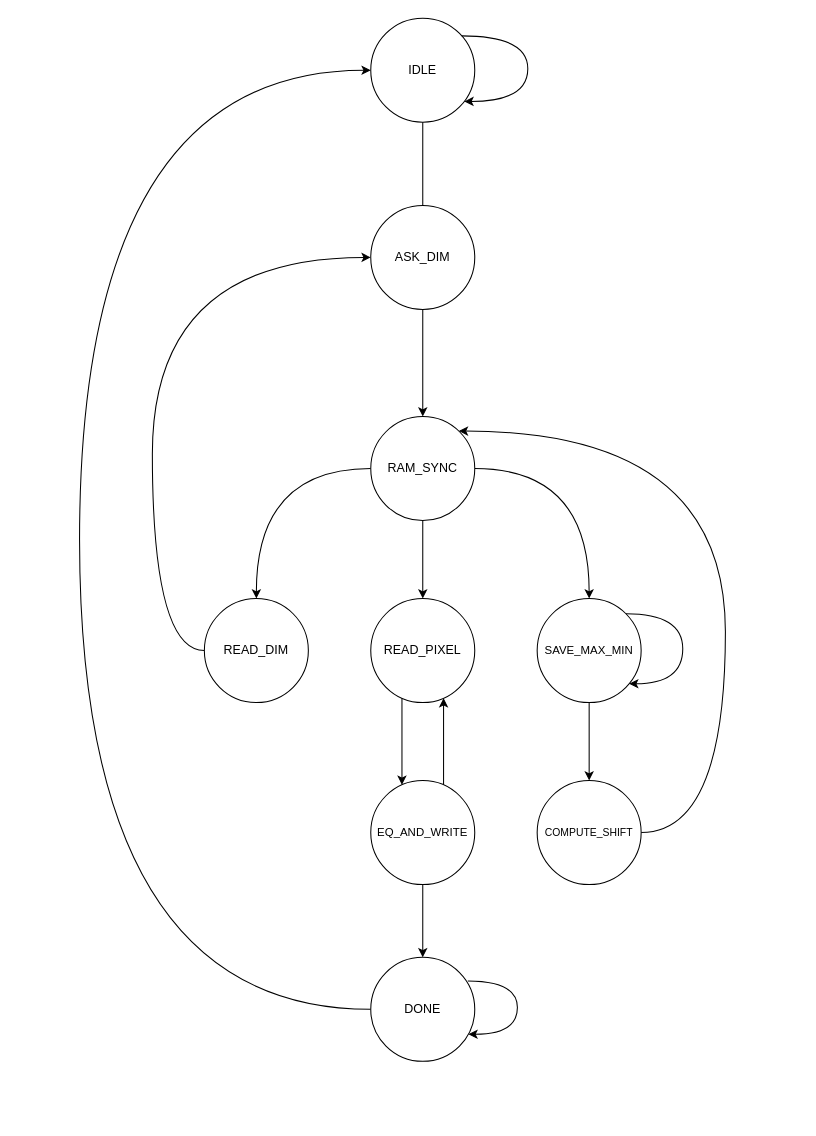
This is documentation/FSM Diagram.drawio from AlbertoPirillo/logic-networks-project-2020, a draw.io file, before an edit. Source tidied: cells renumbered, new cells numbered last; positions are measured from the earlier drawing's top-left corner, leaving out a move shared by most shapes. Both pictures are drawn from the tidied source at 104%, with x=0, y=0 at pixel (79, 18).
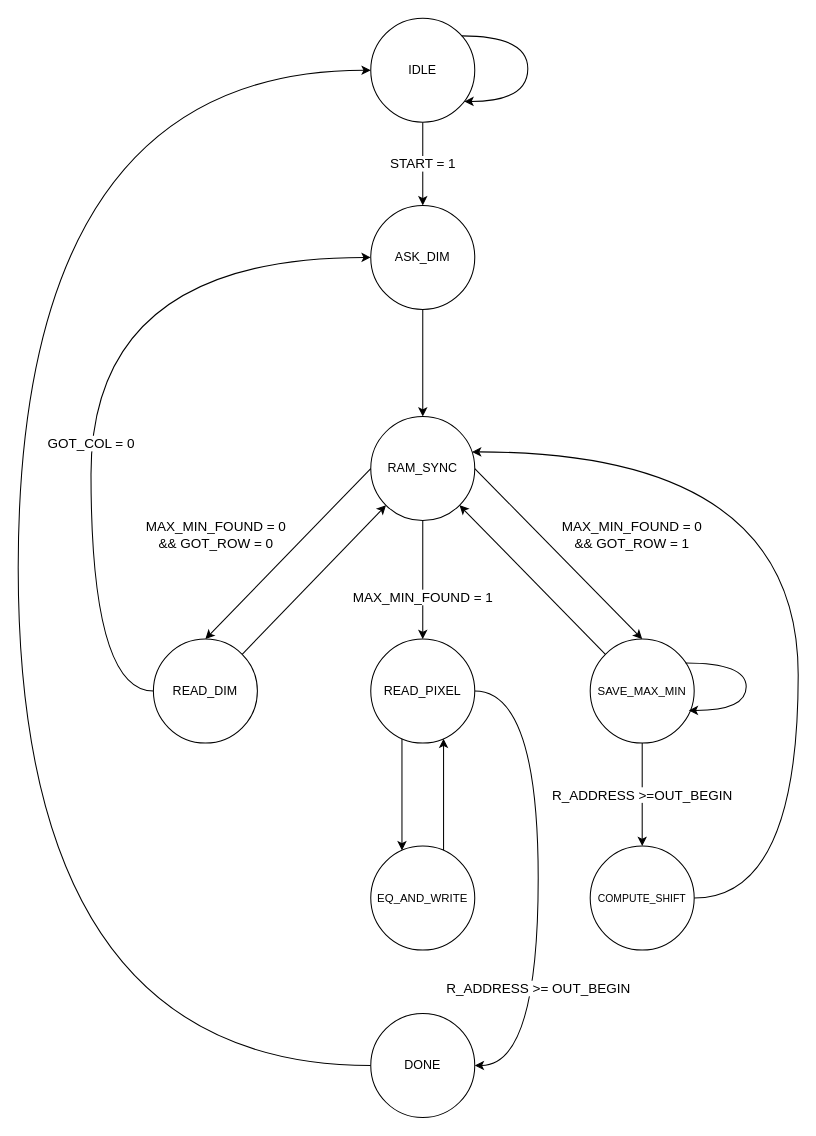
Above is the later version.

Commit message (it also covers changes not shown here):
Refactoring of source code and FSM diagram

The change refers to these unchanged cells:
```xml
<mxCell id="3" value="IDLE&lt;br&gt;" style="ellipse;whiteSpace=wrap;html=1;fixDash=0;shadow=0;" parent="1" vertex="1">
  <mxGeometry x="280" width="100" height="100" as="geometry" />
</mxCell>
<mxCell id="7" value="&lt;font style=&quot;font-size: 12px&quot;&gt;RAM_SYNC&lt;/font&gt;" style="ellipse;whiteSpace=wrap;html=1;fixDash=0;" parent="1" vertex="1">
  <mxGeometry x="280" y="383" width="100" height="100" as="geometry" />
</mxCell>
<mxCell id="21" value="&lt;font style=&quot;font-size: 12px&quot;&gt;ASK_DIM&lt;/font&gt;" style="ellipse;whiteSpace=wrap;html=1;fixDash=0;" parent="1" vertex="1">
  <mxGeometry x="280" y="180" width="100" height="100" as="geometry" />
</mxCell>
```

What changed in the source:
```diff
@@
+    <mxCell id="22" value="&lt;font style=&quot;font-size: 13px&quot;&gt;START = 1&lt;/font&gt;" style="edgeStyle=orthogonalEdgeStyle;rounded=0;jettySize=auto;html=1;entryX=0.5;entryY=0;entryDx=0;entryDy=0;" parent="1" edge="1" source="3" target="21">
+      <mxGeometry relative="1" as="geometry" />
+    </mxCell>
@@
-    <mxCell id="4" style="edgeStyle=orthogonalEdgeStyle;curved=1;rounded=0;jettySize=auto;html=1;" parent="1" edge="1" source="7" target="9">
-      <mxGeometry relative="1" as="geometry" />
-    </mxCell>
+    <mxCell id="6" value="&lt;font style=&quot;font-size: 13px&quot;&gt;MAX_MIN_FOUND = 1&lt;/font&gt;" style="edgeStyle=orthogonalEdgeStyle;curved=1;rounded=0;jettySize=auto;html=1;" parent="1" edge="1" source="7" target="17">
+      <mxGeometry x="0.3" relative="1" as="geometry" />
+    </mxCell>
-    <mxCell id="5" style="edgeStyle=orthogonalEdgeStyle;curved=1;rounded=0;jettySize=auto;html=1;" parent="1" edge="1" source="7" target="13">
-      <mxGeometry relative="1" as="geometry" />
+    <mxCell id="5" value="&lt;span style=&quot;font-size: 13px&quot;&gt;MAX_MIN_FOUND = 0&lt;br&gt;&lt;/span&gt;&lt;span style=&quot;font-size: 13px&quot;&gt;&amp;amp;&amp;amp; GOT_ROW = 1&lt;/span&gt;" style="edgeStyle=none;rounded=0;jettySize=auto;html=1;exitX=1;exitY=0.5;exitDx=0;exitDy=0;entryX=0.5;entryY=0;entryDx=0;entryDy=0;" parent="1" edge="1" source="7" target="13">
+      <mxGeometry x="0.32" y="63" relative="1" as="geometry" />
     </mxCell>
-    <mxCell id="6" style="edgeStyle=orthogonalEdgeStyle;curved=1;rounded=0;jettySize=auto;html=1;" parent="1" edge="1" source="7" target="17">
-      <mxGeometry relative="1" as="geometry" />
-    </mxCell>
+    <mxCell id="26" style="edgeLabel;html=1;align=center;verticalAlign=middle;" parent="5" vertex="1">
+      <mxGeometry x="0.06" y="4" relative="1" as="geometry" />
+    </mxCell>
@@
-    <mxCell id="8" style="edgeStyle=orthogonalEdgeStyle;curved=1;rounded=0;jettySize=auto;html=1;entryX=0;entryY=0.5;entryDx=0;entryDy=0;" parent="1" edge="1" source="9" target="21">
-      <mxGeometry relative="1" as="geometry">
+    <mxCell id="8" value="&lt;font style=&quot;font-size: 13px&quot;&gt;GOT_COL = 0&lt;/font&gt;" style="edgeStyle=orthogonalEdgeStyle;curved=1;rounded=0;jettySize=auto;html=1;entryX=0;entryY=0.5;entryDx=0;entryDy=0;exitX=0;exitY=0.5;exitDx=0;exitDy=0;" parent="1" edge="1" source="9" target="21">
+      <mxGeometry x="-0.2" relative="1" as="geometry">
         <Array as="points">
-          <mxPoint x="70" y="608" />
-          <mxPoint x="70" y="230" />
+          <mxPoint x="11" y="647" />
+          <mxPoint x="11" y="230" />
         </Array>
       </mxGeometry>
     </mxCell>
+    <mxCell id="27" style="rounded=0;jettySize=auto;html=1;exitX=1;exitY=0;exitDx=0;exitDy=0;entryX=0;entryY=1;entryDx=0;entryDy=0;" parent="1" edge="1" source="9" target="7">
+      <mxGeometry relative="1" as="geometry" />
+    </mxCell>
     <mxCell id="9" value="&lt;span&gt;READ_DIM&lt;/span&gt;" style="ellipse;whiteSpace=wrap;html=1;fixDash=0;" parent="1" vertex="1">
-      <mxGeometry x="120" y="558" width="100" height="100" as="geometry" />
+      <mxGeometry x="71" y="597" width="100" height="100" as="geometry" />
     </mxCell>
     <mxCell id="10" style="edgeStyle=orthogonalEdgeStyle;curved=1;rounded=0;jettySize=auto;html=1;entryX=0;entryY=0.5;entryDx=0;entryDy=0;" parent="1" edge="1" source="11" target="3">
       <mxGeometry relative="1" as="geometry">
         <Array as="points">
-          <mxPoint y="953" />
-          <mxPoint y="50" />
+          <mxPoint x="-59" y="1007" />
+          <mxPoint x="-59" y="50" />
         </Array>
       </mxGeometry>
     </mxCell>
     <mxCell id="11" value="DONE" style="ellipse;whiteSpace=wrap;html=1;fixDash=0;" parent="1" vertex="1">
-      <mxGeometry x="280" y="903" width="100" height="100" as="geometry" />
+      <mxGeometry x="280" y="957" width="100" height="100" as="geometry" />
     </mxCell>
-    <mxCell id="12" style="edgeStyle=orthogonalEdgeStyle;curved=1;rounded=0;jettySize=auto;html=1;" parent="1" edge="1" source="13" target="15">
+    <mxCell id="12" value="&lt;font style=&quot;font-size: 13px&quot;&gt;R_ADDRESS &amp;gt;=OUT_BEGIN&lt;/font&gt;" style="edgeStyle=orthogonalEdgeStyle;curved=1;rounded=0;jettySize=auto;html=1;" parent="1" edge="1" source="13" target="15">
       <mxGeometry relative="1" as="geometry" />
     </mxCell>
-    <mxCell id="13" value="&lt;font style=&quot;font-size: 11px&quot;&gt;SAVE_MAX_MIN&lt;/font&gt;" style="ellipse;whiteSpace=wrap;html=1;fixDash=0;" parent="1" vertex="1">
-      <mxGeometry x="440" y="558" width="100" height="100" as="geometry" />
-    </mxCell>
-    <mxCell id="14" style="edgeStyle=orthogonalEdgeStyle;curved=1;rounded=0;jettySize=auto;html=1;" parent="1" edge="1" source="15" target="7">
+    <mxCell id="14" style="edgeStyle=orthogonalEdgeStyle;curved=1;rounded=0;jettySize=auto;html=1;exitX=1;exitY=0.5;exitDx=0;exitDy=0;" parent="1" edge="1" source="15" target="7">
       <mxGeometry relative="1" as="geometry">
         <Array as="points">
-          <mxPoint x="621" y="783" />
-          <mxPoint x="621" y="397" />
+          <mxPoint x="691" y="846" />
+          <mxPoint x="691" y="417" />
         </Array>
       </mxGeometry>
     </mxCell>
     <mxCell id="15" value="&lt;font style=&quot;font-size: 10px&quot;&gt;COMPUTE_SHIFT&lt;/font&gt;" style="ellipse;whiteSpace=wrap;html=1;fixDash=0;" parent="1" vertex="1">
-      <mxGeometry x="440" y="733" width="100" height="100" as="geometry" />
+      <mxGeometry x="491" y="796" width="100" height="100" as="geometry" />
     </mxCell>
     <mxCell id="16" style="edgeStyle=orthogonalEdgeStyle;curved=1;rounded=0;jettySize=auto;html=1;" parent="1" edge="1" source="17" target="20">
       <mxGeometry relative="1" as="geometry">
         <Array as="points">
-          <mxPoint x="310" y="693" />
-          <mxPoint x="310" y="693" />
+          <mxPoint x="310" y="732" />
+          <mxPoint x="310" y="732" />
         </Array>
       </mxGeometry>
     </mxCell>
+    <mxCell id="28" value="&lt;font style=&quot;font-size: 13px&quot;&gt;R_ADDRESS &amp;gt;= OUT_BEGIN&lt;/font&gt;" style="edgeStyle=orthogonalEdgeStyle;curved=1;rounded=0;jettySize=auto;html=1;entryX=1;entryY=0.5;entryDx=0;entryDy=0;exitX=1;exitY=0.5;exitDx=0;exitDy=0;" parent="1" edge="1" source="17" target="11">
+      <mxGeometry x="0.44" relative="1" as="geometry">
+        <Array as="points">
+          <mxPoint x="441" y="647" />
+          <mxPoint x="441" y="1007" />
+        </Array>
+      </mxGeometry>
+    </mxCell>
     <mxCell id="17" value="&lt;font style=&quot;font-size: 12px&quot;&gt;READ_PIXEL&lt;/font&gt;" style="ellipse;whiteSpace=wrap;html=1;fixDash=0;" parent="1" vertex="1">
-      <mxGeometry x="280" y="558" width="100" height="100" as="geometry" />
+      <mxGeometry x="280" y="597" width="100" height="100" as="geometry" />
     </mxCell>
     <mxCell id="18" style="edgeStyle=orthogonalEdgeStyle;curved=1;rounded=0;jettySize=auto;html=1;" parent="1" edge="1" source="20" target="17">
       <mxGeometry relative="1" as="geometry">
         <Array as="points">
-          <mxPoint x="350" y="683" />
-          <mxPoint x="350" y="683" />
+          <mxPoint x="350" y="722" />
+          <mxPoint x="350" y="722" />
         </Array>
       </mxGeometry>
     </mxCell>
-    <mxCell id="19" style="edgeStyle=orthogonalEdgeStyle;curved=1;rounded=0;jettySize=auto;html=1;" parent="1" edge="1" source="20" target="11">
-      <mxGeometry relative="1" as="geometry" />
-    </mxCell>
     <mxCell id="20" value="&lt;font style=&quot;font-size: 11px&quot;&gt;EQ_AND_WRITE&lt;/font&gt;" style="ellipse;whiteSpace=wrap;html=1;fixDash=0;" parent="1" vertex="1">
-      <mxGeometry x="280" y="733" width="100" height="100" as="geometry" />
+      <mxGeometry x="280" y="796" width="100" height="100" as="geometry" />
     </mxCell>
@@
-    <mxCell id="22" style="edgeStyle=orthogonalEdgeStyle;rounded=0;jettySize=auto;html=1;endArrow=none;" parent="1" edge="1" source="3" target="21">
-      <mxGeometry relative="1" as="geometry" />
-    </mxCell>
     <mxCell id="23" style="edgeStyle=orthogonalEdgeStyle;curved=1;rounded=0;orthogonalLoop=1;jettySize=auto;html=1;" parent="1" edge="1" source="3" target="3">
-      <mxGeometry relative="1" as="geometry">
+      <mxGeometry x="0.67" y="-30" relative="1" as="geometry">
         <Array as="points">
           <mxPoint x="431" y="17" />
           <mxPoint x="431" y="80" />
         </Array>
       </mxGeometry>
     </mxCell>
+    <mxCell id="29" style="edgeStyle=none;rounded=0;jettySize=auto;html=1;exitX=0;exitY=0;exitDx=0;exitDy=0;entryX=1;entryY=1;entryDx=0;entryDy=0;" parent="1" edge="1" source="13" target="7">
+      <mxGeometry relative="1" as="geometry" />
+    </mxCell>
+    <mxCell id="13" value="&lt;font style=&quot;font-size: 11px&quot;&gt;SAVE_MAX_MIN&lt;/font&gt;" style="ellipse;whiteSpace=wrap;html=1;fixDash=0;" parent="1" vertex="1">
+      <mxGeometry x="491" y="597" width="100" height="100" as="geometry" />
+    </mxCell>
-    <mxCell id="24" style="edgeStyle=orthogonalEdgeStyle;curved=1;rounded=0;orthogonalLoop=1;jettySize=auto;html=1;exitX=1;exitY=0;exitDx=0;exitDy=0;" parent="1" edge="1" source="13" target="13">
+    <mxCell id="24" style="edgeStyle=orthogonalEdgeStyle;curved=1;rounded=0;orthogonalLoop=1;jettySize=auto;html=1;exitX=0.916;exitY=0.23;exitDx=0;exitDy=0;exitPerimeter=0;entryX=0.948;entryY=0.686;entryDx=0;entryDy=0;entryPerimeter=0;" parent="1" edge="1" source="13" target="13">
       <mxGeometry relative="1" as="geometry">
         <Array as="points">
-          <mxPoint x="580" y="573" />
-          <mxPoint x="580" y="640" />
+          <mxPoint x="641" y="620" />
+          <mxPoint x="641" y="666" />
         </Array>
       </mxGeometry>
     </mxCell>
-    <mxCell id="25" style="edgeStyle=orthogonalEdgeStyle;rounded=0;orthogonalLoop=1;jettySize=auto;html=1;curved=1;exitX=0.933;exitY=0.227;exitDx=0;exitDy=0;exitPerimeter=0;" parent="1" edge="1" source="11" target="11">
-      <mxGeometry relative="1" as="geometry">
-        <Array as="points">
-          <mxPoint x="421" y="926" />
-          <mxPoint x="421" y="977" />
-        </Array>
-      </mxGeometry>
-    </mxCell>
+    <mxCell id="4" value="&lt;span style=&quot;font-size: 13px&quot;&gt;MAX_MIN_FOUND = 0&lt;/span&gt;&lt;br style=&quot;font-size: 13px&quot;&gt;&lt;span style=&quot;font-size: 13px&quot;&gt;&amp;amp;&amp;amp; GOT_ROW = 0&lt;/span&gt;" style="edgeStyle=none;rounded=0;jettySize=auto;html=1;exitX=0;exitY=0.5;exitDx=0;exitDy=0;entryX=0.5;entryY=0;entryDx=0;entryDy=0;" parent="1" edge="1" source="7" target="9">
+      <mxGeometry x="0.31" y="-62" relative="1" as="geometry">
+        <mxPoint y="-1" as="offset" />
+      </mxGeometry>
+    </mxCell>
```
